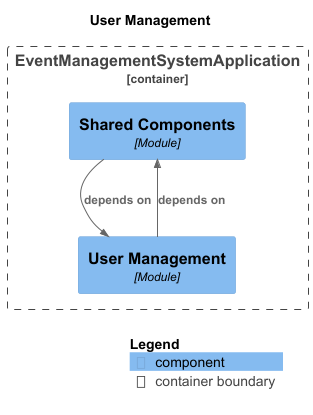
ruben4ick/microservices-event-management keeps this PlantUML diagram as docs/module-user-User_Management.png. Above is the earlier version. Its diagram source:
```plantuml
@startuml
set separator none
title User Management

top to bottom direction

!include <C4/C4>
!include <C4/C4_Context>
!include <C4/C4_Component>

Container_Boundary("EventManagementSystemApplication.EventManagementSystemApplication_boundary", "EventManagementSystemApplication", $tags="") {
  Component(EventManagementSystemApplication.EventManagementSystemApplication.SharedComponents, "Shared Components", $techn="Module", $descr="", $tags="", $link="")
  Component(EventManagementSystemApplication.EventManagementSystemApplication.UserManagement, "User Management", $techn="Module", $descr="", $tags="", $link="")
}

Rel(EventManagementSystemApplication.EventManagementSystemApplication.SharedComponents, EventManagementSystemApplication.EventManagementSystemApplication.UserManagement, "depends on", $techn="", $tags="", $link="")
Rel(EventManagementSystemApplication.EventManagementSystemApplication.UserManagement, EventManagementSystemApplication.EventManagementSystemApplication.SharedComponents, "depends on", $techn="", $tags="", $link="")

SHOW_LEGEND(true)
@enduml
```
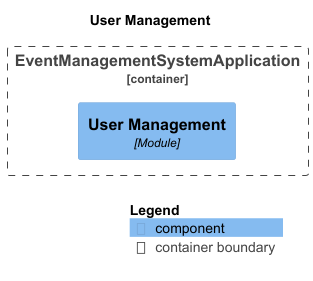
After the commit.

What changed in the source:
```diff
@@ -9,12 +9,9 @@
 !include <C4/C4_Component>
 
 Container_Boundary("EventManagementSystemApplication.EventManagementSystemApplication_boundary", "EventManagementSystemApplication", $tags="") {
-  Component(EventManagementSystemApplication.EventManagementSystemApplication.SharedComponents, "Shared Components", $techn="Module", $descr="", $tags="", $link="")
   Component(EventManagementSystemApplication.EventManagementSystemApplication.UserManagement, "User Management", $techn="Module", $descr="", $tags="", $link="")
 }
 
-Rel(EventManagementSystemApplication.EventManagementSystemApplication.SharedComponents, EventManagementSystemApplication.EventManagementSystemApplication.UserManagement, "depends on", $techn="", $tags="", $link="")
-Rel(EventManagementSystemApplication.EventManagementSystemApplication.UserManagement, EventManagementSystemApplication.EventManagementSystemApplication.SharedComponents, "depends on", $techn="", $tags="", $link="")
 
 SHOW_LEGEND(true)
 @enduml
```
